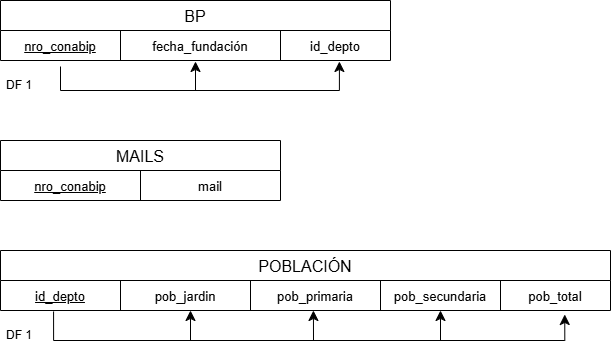
Earlier version of the draw.io export Relaciones.drawio.png (alessialima/TP-LABO-DE-DATOS-). Source tidied: cells renumbered, new cells last; positions are measured from the earlier drawing's top-left corner, leaving out a move shared by most shapes. The source it was exported from:
```xml
<mxGraphModel>
  <root>
    <mxCell id="0" />
    <mxCell id="1" parent="0" />
    <mxCell id="2" value="BP" style="shape=table;startSize=30;strokeColor=default;fontSize=16;" parent="1" vertex="1">
      <mxGeometry width="390" height="60" as="geometry" />
    </mxCell>
    <mxCell id="3" style="shape=tableRow;horizontal=0;startSize=0;swimlaneHead=0;swimlaneBody=0;strokeColor=inherit;top=0;left=0;bottom=0;right=0;fillColor=none;points=[[0,0.5],[1,0.5]];portConstraint=eastwest;fontSize=16;" parent="2" vertex="1">
      <mxGeometry y="30" width="390" height="30" as="geometry" />
    </mxCell>
    <mxCell id="4" value="&lt;u&gt;&lt;font style=&quot;font-size: 13px;&quot;&gt;nro_conabip&lt;/font&gt;&lt;/u&gt;" style="shape=partialRectangle;html=1;whiteSpace=wrap;strokeColor=inherit;overflow=hidden;fillColor=none;top=0;left=0;bottom=0;right=0;fontSize=16;" parent="3" vertex="1">
      <mxGeometry width="120" height="30" as="geometry" />
    </mxCell>
    <mxCell id="5" value="&lt;font style=&quot;font-size: 13px;&quot;&gt;fecha_fundación&lt;/font&gt;" style="shape=partialRectangle;html=1;whiteSpace=wrap;strokeColor=inherit;overflow=hidden;fillColor=none;top=0;left=0;bottom=0;right=0;fontSize=16;" parent="3" vertex="1">
      <mxGeometry x="120" width="160" height="30" as="geometry" />
    </mxCell>
    <mxCell id="6" value="&lt;font style=&quot;font-size: 13px;&quot;&gt;id_depto&lt;/font&gt;" style="shape=partialRectangle;html=1;whiteSpace=wrap;strokeColor=inherit;overflow=hidden;fillColor=none;top=0;left=0;bottom=0;right=0;fontSize=16;" parent="3" vertex="1">
      <mxGeometry x="280" width="110" height="30" as="geometry" />
    </mxCell>
    <mxCell id="7" value="DF 1" style="text;strokeColor=none;fillColor=none;align=left;verticalAlign=middle;spacingLeft=4;spacingRight=4;overflow=hidden;points=[[0,0.5],[1,0.5]];portConstraint=eastwest;whiteSpace=wrap;html=1;" parent="1" vertex="1">
      <mxGeometry y="70" width="80" height="30" as="geometry" />
    </mxCell>
    <mxCell id="8" style="edgeStyle=segmentEdgeStyle;endArrow=classic;html=1;curved=0;rounded=0;endSize=8;startSize=8;entryX=0.869;entryY=1.033;entryDx=0;entryDy=0;entryPerimeter=0;exitX=0.75;exitY=-0.133;exitDx=0;exitDy=0;exitPerimeter=0;" parent="1" edge="1" source="7" target="3">
      <mxGeometry relative="1" as="geometry">
        <Array as="points">
          <mxPoint x="60" y="90" />
          <mxPoint x="339" y="90" />
        </Array>
      </mxGeometry>
    </mxCell>
    <mxCell id="9" style="endArrow=classic;html=1;rounded=0;endSize=8;startSize=8;entryX=0.5;entryY=1.033;entryDx=0;entryDy=0;entryPerimeter=0;" parent="1" edge="1" target="3">
      <mxGeometry relative="1" as="geometry">
        <mxPoint x="195" y="90" as="sourcePoint" />
      </mxGeometry>
    </mxCell>
    <mxCell id="10" value="MAILS" style="shape=table;startSize=30;strokeColor=default;fontSize=16;" parent="1" vertex="1">
      <mxGeometry y="140" width="280" height="60" as="geometry" />
    </mxCell>
    <mxCell id="11" style="shape=tableRow;horizontal=0;startSize=0;swimlaneHead=0;swimlaneBody=0;strokeColor=inherit;top=0;left=0;bottom=0;right=0;fillColor=none;fontSize=16;" parent="10" vertex="1">
      <mxGeometry y="30" width="280" height="30" as="geometry" />
    </mxCell>
    <mxCell id="12" value="&lt;u&gt;&lt;font style=&quot;font-size: 13px;&quot;&gt;nro_conabip&lt;/font&gt;&lt;/u&gt;" style="shape=partialRectangle;html=1;whiteSpace=wrap;strokeColor=inherit;overflow=hidden;fillColor=none;top=0;left=0;bottom=0;right=0;fontSize=16;" parent="11" vertex="1">
      <mxGeometry width="140" height="30" as="geometry" />
    </mxCell>
    <mxCell id="13" value="&lt;font style=&quot;font-size: 13px;&quot;&gt;mail&lt;/font&gt;" style="shape=partialRectangle;html=1;whiteSpace=wrap;strokeColor=inherit;overflow=hidden;fillColor=none;top=0;left=0;bottom=0;right=0;fontSize=16;" parent="11" vertex="1">
      <mxGeometry x="140" width="140" height="30" as="geometry" />
    </mxCell>
    <mxCell id="14" value="POBLACIÓN" style="shape=table;startSize=30;strokeColor=default;fontSize=16;" parent="1" vertex="1">
      <mxGeometry y="250" width="610" height="60" as="geometry" />
    </mxCell>
    <mxCell id="15" style="shape=tableRow;horizontal=0;startSize=0;swimlaneHead=0;swimlaneBody=0;strokeColor=inherit;top=0;left=0;bottom=0;right=0;fillColor=none;points=[[0,0.5],[1,0.5]];portConstraint=eastwest;fontSize=16;" parent="14" vertex="1">
      <mxGeometry y="30" width="610" height="30" as="geometry" />
    </mxCell>
    <mxCell id="16" value="&lt;u&gt;&lt;font style=&quot;font-size: 13px;&quot;&gt;id_depto&lt;/font&gt;&lt;/u&gt;" style="shape=partialRectangle;html=1;whiteSpace=wrap;strokeColor=inherit;overflow=hidden;fillColor=none;top=0;left=0;bottom=0;right=0;fontSize=16;" parent="15" vertex="1">
      <mxGeometry width="120" height="30" as="geometry" />
    </mxCell>
    <mxCell id="17" value="&lt;font style=&quot;font-size: 13px;&quot;&gt;pob_jardin&lt;/font&gt;" style="shape=partialRectangle;html=1;whiteSpace=wrap;strokeColor=inherit;overflow=hidden;fillColor=none;top=0;left=0;bottom=0;right=0;fontSize=16;" parent="15" vertex="1">
      <mxGeometry x="120" width="130" height="30" as="geometry" />
    </mxCell>
    <mxCell id="18" value="&lt;span style=&quot;font-size: 13px;&quot;&gt;pob_primaria&lt;/span&gt;" style="shape=partialRectangle;html=1;whiteSpace=wrap;strokeColor=inherit;overflow=hidden;fillColor=none;top=0;left=0;bottom=0;right=0;fontSize=16;" parent="15" vertex="1">
      <mxGeometry x="250" width="130" height="30" as="geometry" />
    </mxCell>
    <mxCell id="19" value="&lt;font style=&quot;font-size: 13px;&quot;&gt;pob_secundaria&lt;/font&gt;" style="shape=partialRectangle;html=1;whiteSpace=wrap;strokeColor=inherit;overflow=hidden;fillColor=none;top=0;left=0;bottom=0;right=0;fontSize=16;" parent="15" vertex="1">
      <mxGeometry x="380" width="120" height="30" as="geometry" />
    </mxCell>
    <mxCell id="20" value="&lt;font style=&quot;font-size: 13px;&quot;&gt;pob_total&lt;/font&gt;" style="shape=partialRectangle;html=1;whiteSpace=wrap;strokeColor=inherit;overflow=hidden;fillColor=none;top=0;left=0;bottom=0;right=0;fontSize=16;" parent="15" vertex="1">
      <mxGeometry x="500" width="110" height="30" as="geometry" />
    </mxCell>
    <mxCell id="21" style="edgeStyle=segmentEdgeStyle;endArrow=classic;html=1;curved=0;rounded=0;endSize=8;startSize=8;exitX=0.087;exitY=1.033;exitDx=0;exitDy=0;exitPerimeter=0;entryX=0.925;entryY=1.133;entryDx=0;entryDy=0;entryPerimeter=0;" parent="14" edge="1" source="15" target="15">
      <mxGeometry relative="1" as="geometry">
        <Array as="points">
          <mxPoint x="53" y="90" />
          <mxPoint x="564" y="90" />
        </Array>
      </mxGeometry>
    </mxCell>
    <mxCell id="22" style="endArrow=classic;html=1;rounded=0;endSize=8;startSize=8;entryX=0.513;entryY=1;entryDx=0;entryDy=0;entryPerimeter=0;" parent="1" edge="1" target="15">
      <mxGeometry relative="1" as="geometry">
        <mxPoint x="313" y="340" as="sourcePoint" />
      </mxGeometry>
    </mxCell>
    <mxCell id="23" style="endArrow=classic;html=1;rounded=0;endSize=8;startSize=8;entryX=0.513;entryY=1;entryDx=0;entryDy=0;entryPerimeter=0;" parent="1" edge="1">
      <mxGeometry relative="1" as="geometry">
        <mxPoint x="190" y="340" as="sourcePoint" />
        <mxPoint x="190" y="310" as="targetPoint" />
      </mxGeometry>
    </mxCell>
    <mxCell id="24" style="endArrow=classic;html=1;rounded=0;endSize=8;startSize=8;entryX=0.513;entryY=1;entryDx=0;entryDy=0;entryPerimeter=0;" parent="1" edge="1">
      <mxGeometry relative="1" as="geometry">
        <mxPoint x="440" y="340" as="sourcePoint" />
        <mxPoint x="440" y="310" as="targetPoint" />
      </mxGeometry>
    </mxCell>
    <mxCell id="25" value="DF 1" style="text;strokeColor=none;fillColor=none;align=left;verticalAlign=middle;spacingLeft=4;spacingRight=4;overflow=hidden;whiteSpace=wrap;html=1;" parent="1" vertex="1">
      <mxGeometry y="320" width="80" height="30" as="geometry" />
    </mxCell>
  </root>
</mxGraphModel>
```
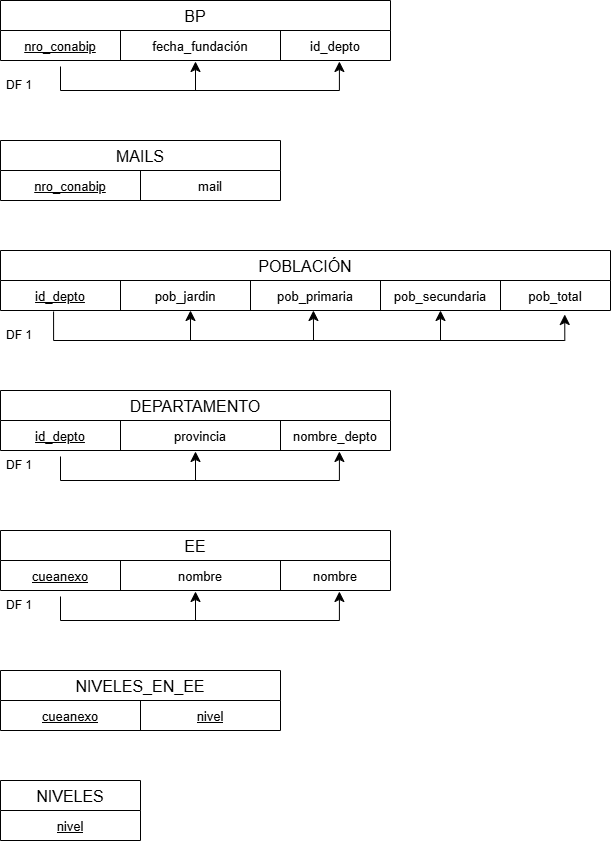
Later version of the same file.

Change to the diagram source:
```diff
@@ -94,5 +94,90 @@
     <mxCell id="25" value="DF 1" style="text;strokeColor=none;fillColor=none;align=left;verticalAlign=middle;spacingLeft=4;spacingRight=4;overflow=hidden;whiteSpace=wrap;html=1;" parent="1" vertex="1">
       <mxGeometry y="320" width="80" height="30" as="geometry" />
     </mxCell>
+    <mxCell id="26" value="DEPARTAMENTO" style="shape=table;startSize=30;strokeColor=default;fontSize=16;" parent="1" vertex="1">
+      <mxGeometry y="390" width="390" height="60" as="geometry" />
+    </mxCell>
+    <mxCell id="27" style="shape=tableRow;horizontal=0;startSize=0;swimlaneHead=0;swimlaneBody=0;strokeColor=inherit;top=0;left=0;bottom=0;right=0;fillColor=none;points=[[0,0.5],[1,0.5]];portConstraint=eastwest;fontSize=16;" parent="26" vertex="1">
+      <mxGeometry y="30" width="390" height="30" as="geometry" />
+    </mxCell>
+    <mxCell id="28" value="&lt;u&gt;&lt;font style=&quot;font-size: 13px;&quot;&gt;id_depto&lt;/font&gt;&lt;/u&gt;" style="shape=partialRectangle;html=1;whiteSpace=wrap;strokeColor=inherit;overflow=hidden;fillColor=none;top=0;left=0;bottom=0;right=0;fontSize=16;" parent="27" vertex="1">
+      <mxGeometry width="120" height="30" as="geometry" />
+    </mxCell>
+    <mxCell id="29" value="&lt;font style=&quot;font-size: 13px;&quot;&gt;provincia&lt;/font&gt;" style="shape=partialRectangle;html=1;whiteSpace=wrap;strokeColor=inherit;overflow=hidden;fillColor=none;top=0;left=0;bottom=0;right=0;fontSize=16;" parent="27" vertex="1">
+      <mxGeometry x="120" width="160" height="30" as="geometry" />
+    </mxCell>
+    <mxCell id="30" value="&lt;font style=&quot;font-size: 13px;&quot;&gt;nombre_depto&lt;/font&gt;" style="shape=partialRectangle;html=1;whiteSpace=wrap;strokeColor=inherit;overflow=hidden;fillColor=none;top=0;left=0;bottom=0;right=0;fontSize=16;" parent="27" vertex="1">
+      <mxGeometry x="280" width="110" height="30" as="geometry" />
+    </mxCell>
+    <mxCell id="31" style="edgeStyle=segmentEdgeStyle;endArrow=classic;html=1;curved=0;rounded=0;endSize=8;startSize=8;entryX=0.869;entryY=1.033;entryDx=0;entryDy=0;entryPerimeter=0;exitX=0.75;exitY=-0.133;exitDx=0;exitDy=0;exitPerimeter=0;" parent="1" edge="1" target="27">
+      <mxGeometry relative="1" as="geometry">
+        <mxPoint x="60" y="456" as="sourcePoint" />
+        <Array as="points">
+          <mxPoint x="60" y="480" />
+          <mxPoint x="339" y="480" />
+        </Array>
+      </mxGeometry>
+    </mxCell>
+    <mxCell id="32" style="endArrow=classic;html=1;rounded=0;endSize=8;startSize=8;entryX=0.5;entryY=1.033;entryDx=0;entryDy=0;entryPerimeter=0;" parent="1" edge="1" target="27">
+      <mxGeometry relative="1" as="geometry">
+        <mxPoint x="195" y="480" as="sourcePoint" />
+      </mxGeometry>
+    </mxCell>
+    <mxCell id="33" value="DF 1" style="text;strokeColor=none;fillColor=none;align=left;verticalAlign=middle;spacingLeft=4;spacingRight=4;overflow=hidden;whiteSpace=wrap;html=1;" parent="1" vertex="1">
+      <mxGeometry y="450" width="80" height="30" as="geometry" />
+    </mxCell>
+    <mxCell id="34" value="EE" style="shape=table;startSize=30;strokeColor=default;fontSize=16;" parent="1" vertex="1">
+      <mxGeometry y="530" width="390" height="60" as="geometry" />
+    </mxCell>
+    <mxCell id="35" style="shape=tableRow;horizontal=0;startSize=0;swimlaneHead=0;swimlaneBody=0;strokeColor=inherit;top=0;left=0;bottom=0;right=0;fillColor=none;points=[[0,0.5],[1,0.5]];portConstraint=eastwest;fontSize=16;" parent="34" vertex="1">
+      <mxGeometry y="30" width="390" height="30" as="geometry" />
+    </mxCell>
+    <mxCell id="36" value="&lt;u&gt;&lt;font style=&quot;font-size: 13px;&quot;&gt;cueanexo&lt;/font&gt;&lt;/u&gt;" style="shape=partialRectangle;html=1;whiteSpace=wrap;strokeColor=inherit;overflow=hidden;fillColor=none;top=0;left=0;bottom=0;right=0;fontSize=16;" parent="35" vertex="1">
+      <mxGeometry width="120" height="30" as="geometry" />
+    </mxCell>
+    <mxCell id="37" value="&lt;font style=&quot;font-size: 13px;&quot;&gt;nombre&lt;/font&gt;" style="shape=partialRectangle;html=1;whiteSpace=wrap;strokeColor=inherit;overflow=hidden;fillColor=none;top=0;left=0;bottom=0;right=0;fontSize=16;" parent="35" vertex="1">
+      <mxGeometry x="120" width="160" height="30" as="geometry" />
+    </mxCell>
+    <mxCell id="38" value="&lt;font style=&quot;font-size: 13px;&quot;&gt;nombre&lt;/font&gt;" style="shape=partialRectangle;html=1;whiteSpace=wrap;strokeColor=inherit;overflow=hidden;fillColor=none;top=0;left=0;bottom=0;right=0;fontSize=16;" parent="35" vertex="1">
+      <mxGeometry x="280" width="110" height="30" as="geometry" />
+    </mxCell>
+    <mxCell id="39" style="edgeStyle=segmentEdgeStyle;endArrow=classic;html=1;curved=0;rounded=0;endSize=8;startSize=8;entryX=0.869;entryY=1.033;entryDx=0;entryDy=0;entryPerimeter=0;exitX=0.75;exitY=-0.133;exitDx=0;exitDy=0;exitPerimeter=0;" parent="1" edge="1" target="35">
+      <mxGeometry relative="1" as="geometry">
+        <mxPoint x="60" y="596" as="sourcePoint" />
+        <Array as="points">
+          <mxPoint x="60" y="620" />
+          <mxPoint x="339" y="620" />
+        </Array>
+      </mxGeometry>
+    </mxCell>
+    <mxCell id="40" style="endArrow=classic;html=1;rounded=0;endSize=8;startSize=8;entryX=0.5;entryY=1.033;entryDx=0;entryDy=0;entryPerimeter=0;" parent="1" edge="1" target="35">
+      <mxGeometry relative="1" as="geometry">
+        <mxPoint x="195" y="620" as="sourcePoint" />
+      </mxGeometry>
+    </mxCell>
+    <mxCell id="41" value="DF 1" style="text;strokeColor=none;fillColor=none;align=left;verticalAlign=middle;spacingLeft=4;spacingRight=4;overflow=hidden;whiteSpace=wrap;html=1;" parent="1" vertex="1">
+      <mxGeometry y="590" width="80" height="30" as="geometry" />
+    </mxCell>
+    <mxCell id="42" value="NIVELES_EN_EE" style="shape=table;startSize=30;strokeColor=default;fontSize=16;" parent="1" vertex="1">
+      <mxGeometry y="670" width="280" height="60" as="geometry" />
+    </mxCell>
+    <mxCell id="43" style="shape=tableRow;horizontal=0;startSize=0;swimlaneHead=0;swimlaneBody=0;strokeColor=inherit;top=0;left=0;bottom=0;right=0;fillColor=none;fontSize=16;" parent="42" vertex="1">
+      <mxGeometry y="30" width="280" height="30" as="geometry" />
+    </mxCell>
+    <mxCell id="44" value="&lt;u&gt;&lt;font style=&quot;font-size: 13px;&quot;&gt;cueanexo&lt;/font&gt;&lt;/u&gt;" style="shape=partialRectangle;html=1;whiteSpace=wrap;strokeColor=inherit;overflow=hidden;fillColor=none;top=0;left=0;bottom=0;right=0;fontSize=16;" parent="43" vertex="1">
+      <mxGeometry width="140" height="30" as="geometry" />
+    </mxCell>
+    <mxCell id="45" value="&lt;span style=&quot;font-size: 13px;&quot;&gt;&lt;u&gt;nivel&lt;/u&gt;&lt;/span&gt;" style="shape=partialRectangle;html=1;whiteSpace=wrap;strokeColor=inherit;overflow=hidden;fillColor=none;top=0;left=0;bottom=0;right=0;fontSize=16;" parent="43" vertex="1">
+      <mxGeometry x="140" width="140" height="30" as="geometry" />
+    </mxCell>
+    <mxCell id="46" value="NIVELES" style="shape=table;startSize=30;strokeColor=default;fontSize=16;" parent="1" vertex="1">
+      <mxGeometry y="780" width="140" height="60" as="geometry" />
+    </mxCell>
+    <mxCell id="47" style="shape=tableRow;horizontal=0;startSize=0;swimlaneHead=0;swimlaneBody=0;strokeColor=inherit;top=0;left=0;bottom=0;right=0;fillColor=none;fontSize=16;" parent="46" vertex="1">
+      <mxGeometry y="30" width="140" height="30" as="geometry" />
+    </mxCell>
+    <mxCell id="48" value="&lt;u&gt;&lt;font style=&quot;font-size: 13px;&quot;&gt;nivel&lt;/font&gt;&lt;/u&gt;" style="shape=partialRectangle;html=1;whiteSpace=wrap;strokeColor=inherit;overflow=hidden;fillColor=none;top=0;left=0;bottom=0;right=0;fontSize=16;" parent="47" vertex="1">
+      <mxGeometry width="140" height="30" as="geometry" />
+    </mxCell>
   </root>
 </mxGraphModel>
```
